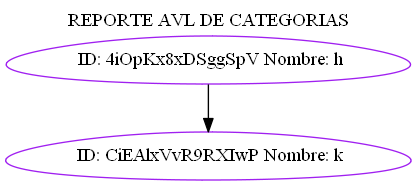
Before: ProyectoEDDvacas/AVL.png, a diagram exported from Graphviz (Jacks128/EDDRentaActivos). Its source is kept beside it as ProyectoEDDvacas/AVL.dot.
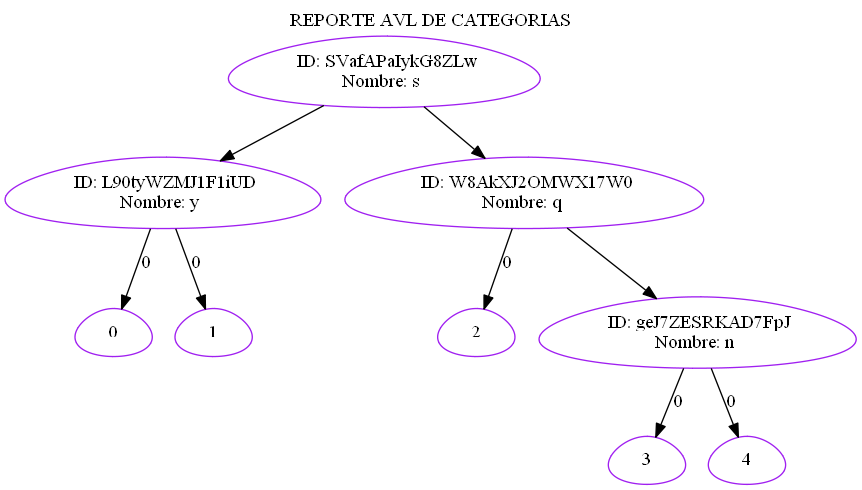
Later version of the same file.

The edit, as a diff of the source:
```diff
@@ -1,7 +1,20 @@
 digraph D {
  node [shape = egg, color = purple];
 labelloc = "t;"label = "REPORTE AVL DE CATEGORIAS";
-
-	N0[label = " ID: 4iOpKx8xDSggSpV Nombre: h"];
-	N1[label = " ID: CiEAlxVvR9RXIwP Nombre: k"];
-	N0 -> N1;}
+"SVafAPaIykG8ZLw" [label =" ID: SVafAPaIykG8ZLw\nNombre: s " ]
+"SVafAPaIykG8ZLw" -> "L90tyWZMJ1F1iUD"
+"L90tyWZMJ1F1iUD" [label =" ID: L90tyWZMJ1F1iUD\nNombre: y " ]
+ "L90tyWZMJ1F1iUD" -> 0 [label = 0]
+"L90tyWZMJ1F1iUD" [label =" ID: L90tyWZMJ1F1iUD\nNombre: y " ]
+"L90tyWZMJ1F1iUD" -> 1 [label = 0]
+"SVafAPaIykG8ZLw" [label =" ID: SVafAPaIykG8ZLw\nNombre: s " ]
+"SVafAPaIykG8ZLw" -> "W8AkXJ2OMWX17W0"
+"W8AkXJ2OMWX17W0" [label =" ID: W8AkXJ2OMWX17W0\nNombre: q " ]
+ "W8AkXJ2OMWX17W0" -> 2 [label = 0]
+"W8AkXJ2OMWX17W0" [label =" ID: W8AkXJ2OMWX17W0\nNombre: q " ]
+"W8AkXJ2OMWX17W0" -> "geJ7ZESRKAD7FpJ"
+"geJ7ZESRKAD7FpJ" [label =" ID: geJ7ZESRKAD7FpJ\nNombre: n " ]
+ "geJ7ZESRKAD7FpJ" -> 3 [label = 0]
+"geJ7ZESRKAD7FpJ" [label =" ID: geJ7ZESRKAD7FpJ\nNombre: n " ]
+"geJ7ZESRKAD7FpJ" -> 4 [label = 0]
+}
```
